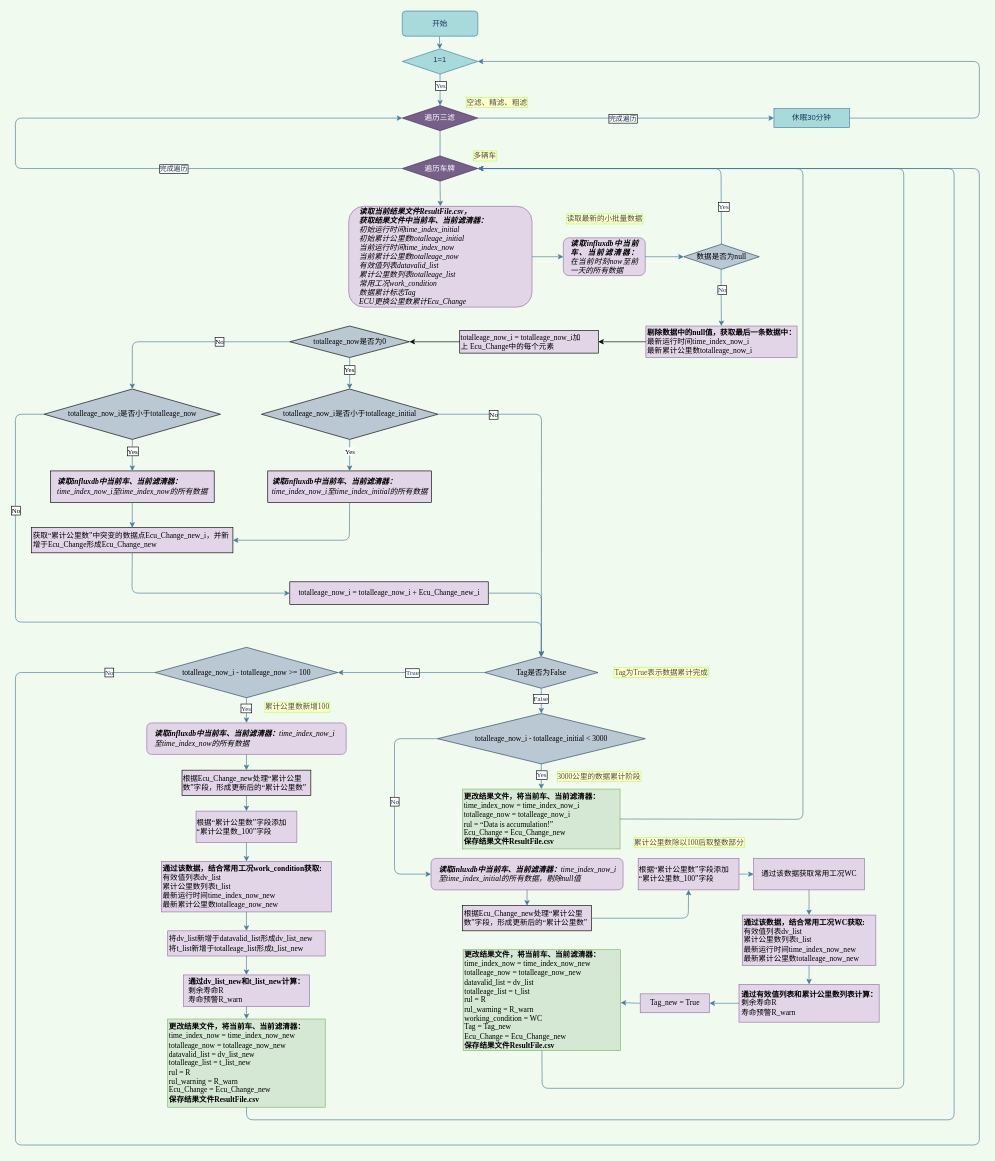
This is draw/算法流程v3.0.drawio from wangwuhua11/draw, a draw.io file, before an edit. Source tidied: cells renumbered, new cells numbered last; positions are measured from the earlier drawing's top-left corner, leaving out a move shared by most shapes. Both pictures are drawn from the tidied source at 63%, with x=0, y=0 at pixel (15, 11).
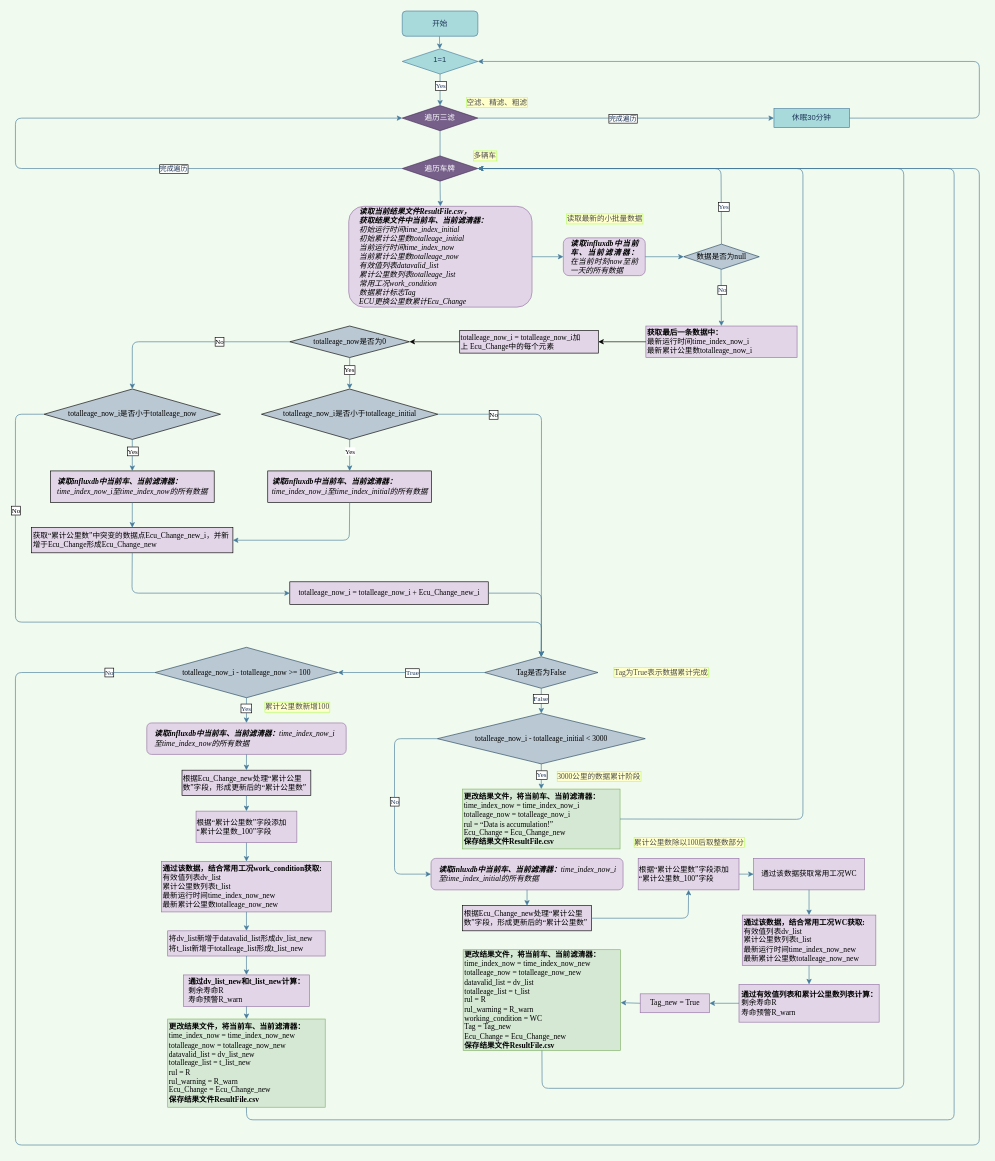
The same diagram, later.

Commit message:
更新算法流程v3.0.drawio

Change to the diagram source:
```diff
@@
-    <mxCell id="20" value="&lt;div align=&quot;left&quot;&gt;&lt;font face=&quot;Times New Roman&quot;&gt;&lt;b&gt;剔除数据中的null值，获取最后一条数据中：&lt;/b&gt;&lt;/font&gt;&lt;/div&gt;&lt;div align=&quot;left&quot;&gt;&lt;font face=&quot;Times New Roman&quot;&gt;最新运行时间time_index_now_i&lt;/font&gt;&lt;/div&gt;&lt;div align=&quot;left&quot;&gt;&lt;font face=&quot;Times New Roman&quot;&gt;&lt;font face=&quot;Times New Roman&quot;&gt;最新&lt;/font&gt;累计公里数totalleage_now_i&lt;/font&gt;&lt;/div&gt;" style="rounded=0;whiteSpace=wrap;html=1;labelBackgroundColor=none;sketch=0;strokeColor=#9673a6;fillColor=#e1d5e7;align=left;fontFamily=Times New Roman;" parent="1" vertex="1">
+    <mxCell id="20" value="&lt;div align=&quot;left&quot;&gt;&lt;font face=&quot;Times New Roman&quot;&gt;&lt;b&gt;获取最后一条数据中：&lt;/b&gt;&lt;/font&gt;&lt;/div&gt;&lt;div align=&quot;left&quot;&gt;&lt;font face=&quot;Times New Roman&quot;&gt;最新运行时间time_index_now_i&lt;/font&gt;&lt;/div&gt;&lt;div align=&quot;left&quot;&gt;&lt;font face=&quot;Times New Roman&quot;&gt;&lt;font face=&quot;Times New Roman&quot;&gt;最新&lt;/font&gt;累计公里数totalleage_now_i&lt;/font&gt;&lt;/div&gt;" style="rounded=0;whiteSpace=wrap;html=1;labelBackgroundColor=none;sketch=0;strokeColor=#9673a6;fillColor=#e1d5e7;align=left;fontFamily=Times New Roman;" parent="1" vertex="1">
       <mxGeometry x="1000.7" y="500" width="240" height="50" as="geometry" />
     </mxCell>
@@
-    <mxCell id="31" value="&lt;div align=&quot;left&quot;&gt;&lt;b&gt;读取inluxdb中当前车、当前滤清器：&lt;/b&gt;&lt;font face=&quot;Times New Roman&quot;&gt;time_index_now_i&lt;/font&gt;至time_index_initial的所有数据，剔除null值&lt;/div&gt;" style="rounded=1;whiteSpace=wrap;html=1;labelBackgroundColor=none;labelBorderColor=none;sketch=0;strokeColor=#9673a6;fillColor=#e1d5e7;align=left;fontFamily=Times New Roman;fontStyle=2;spacingLeft=10;spacingRight=5;" parent="1" vertex="1">
+    <mxCell id="31" value="&lt;div align=&quot;left&quot;&gt;&lt;b&gt;读取inluxdb中当前车、当前滤清器：&lt;/b&gt;&lt;font face=&quot;Times New Roman&quot;&gt;time_index_now_i&lt;/font&gt;至time_index_initial的所有数据&lt;/div&gt;" style="rounded=1;whiteSpace=wrap;html=1;labelBackgroundColor=none;labelBorderColor=none;sketch=0;strokeColor=#9673a6;fillColor=#e1d5e7;align=left;fontFamily=Times New Roman;fontStyle=2;spacingLeft=10;spacingRight=5;" parent="1" vertex="1">
       <mxGeometry x="659.7" y="1345" width="304.8" height="50" as="geometry" />
     </mxCell>
```
